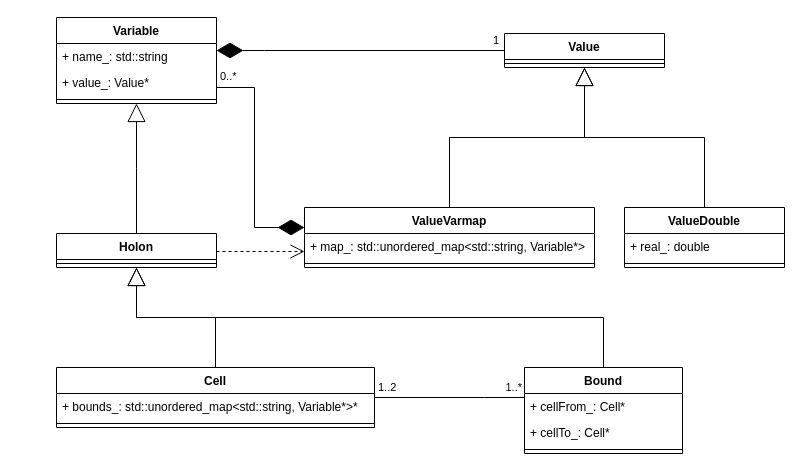
Earlier version of the draw.io diagram doc/class_diagram.drawio (robpayn/rchsm). Source tidied: cells renumbered, new cells numbered last; positions are measured from the earlier drawing's top-left corner, leaving out a move shared by most shapes. Both pictures are drawn from the tidied source at 100%, with x=0, y=0 at pixel (56, 17).
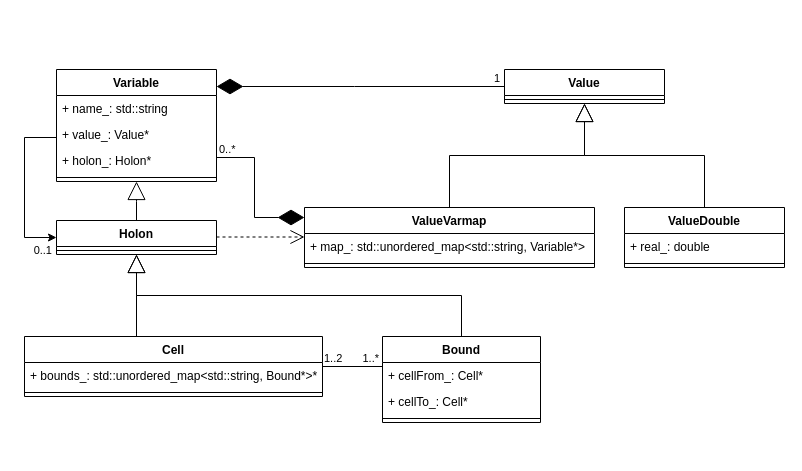
Above is the later version.

Unchanged cells that the change refers to:
```xml
<mxCell id="8" value="ValueVarmap&lt;div&gt;&lt;br&gt;&lt;/div&gt;" style="swimlane;fontStyle=1;align=center;verticalAlign=top;horizontal=1;startSize=26;whiteSpace=wrap;html=1;" parent="1" vertex="1">
  <mxGeometry x="248" y="190" width="290" height="60" as="geometry" />
</mxCell>
```

The edit, as a diff of the source:
```diff
@@
     <mxCell id="2" value="Variable" style="swimlane;fontStyle=1;align=center;verticalAlign=top;horizontal=1;startSize=26;whiteSpace=wrap;html=1;" parent="1" vertex="1">
-      <mxGeometry width="160" height="86" as="geometry" />
+      <mxGeometry y="52" width="160" height="112" as="geometry" />
     </mxCell>
@@
+    <mxCell id="36" value="+ holon_: Holon*" style="text;strokeColor=none;fillColor=none;align=left;verticalAlign=top;spacingLeft=4;spacingRight=4;overflow=hidden;whiteSpace=wrap;html=1;" parent="2" vertex="1">
+      <mxGeometry y="78" width="160" height="26" as="geometry" />
+    </mxCell>
     <mxCell id="5" style="line;strokeWidth=1;fillColor=none;align=left;verticalAlign=middle;spacingTop=-1;spacingLeft=3;spacingRight=3;labelPosition=right;strokeColor=inherit;" parent="2" vertex="1">
-      <mxGeometry y="78" width="160" height="8" as="geometry" />
+      <mxGeometry y="104" width="160" height="8" as="geometry" />
     </mxCell>
     <mxCell id="6" value="Value" style="swimlane;fontStyle=1;align=center;verticalAlign=top;horizontal=1;startSize=26;whiteSpace=wrap;html=1;" parent="1" vertex="1">
-      <mxGeometry x="448" y="16" width="160" height="34" as="geometry" />
+      <mxGeometry x="448" y="52" width="160" height="34" as="geometry" />
     </mxCell>
@@
+    <mxCell id="37" style="edgeStyle=orthogonalEdgeStyle;rounded=0;jettySize=auto;html=1;" parent="1" edge="1" source="2" target="12">
+      <mxGeometry relative="1" as="geometry">
+        <Array as="points">
+          <mxPoint x="-32" y="120" />
+          <mxPoint x="-32" y="220" />
+        </Array>
+      </mxGeometry>
+    </mxCell>
+    <mxCell id="38" value="0..1" style="edgeLabel;html=1;align=right;verticalAlign=top;spacingRight=4;" parent="37" vertex="1">
+      <mxGeometry x="0.8" y="-2" relative="1" as="geometry">
+        <mxPoint x="16" y="-2" as="offset" />
+      </mxGeometry>
+    </mxCell>
     <mxCell id="12" value="Holon" style="swimlane;fontStyle=1;align=center;verticalAlign=top;horizontal=1;startSize=26;whiteSpace=wrap;html=1;" parent="1" vertex="1">
-      <mxGeometry y="216" width="160" height="34" as="geometry" />
+      <mxGeometry y="203" width="160" height="34" as="geometry" />
     </mxCell>
@@
     <mxCell id="19" value="Cell" style="swimlane;fontStyle=1;align=center;verticalAlign=top;horizontal=1;startSize=26;whiteSpace=wrap;html=1;" parent="1" vertex="1">
-      <mxGeometry y="350" width="318" height="60" as="geometry" />
+      <mxGeometry x="-32" y="319" width="298" height="60" as="geometry" />
     </mxCell>
-    <mxCell id="20" value="+ bounds_: std::unordered_map&amp;lt;std::string, Variable*&amp;gt;*" style="text;strokeColor=none;fillColor=none;align=left;verticalAlign=top;spacingLeft=4;spacingRight=4;overflow=hidden;whiteSpace=wrap;html=1;" parent="19" vertex="1">
-      <mxGeometry y="26" width="318" height="26" as="geometry" />
+    <mxCell id="20" value="+ bounds_: std::unordered_map&amp;lt;std::string, Bound*&amp;gt;*" style="text;strokeColor=none;fillColor=none;align=left;verticalAlign=top;spacingLeft=4;spacingRight=4;overflow=hidden;whiteSpace=wrap;html=1;" parent="19" vertex="1">
+      <mxGeometry y="26" width="298" height="26" as="geometry" />
     </mxCell>
     <mxCell id="21" style="line;strokeWidth=1;fillColor=none;align=left;verticalAlign=middle;spacingTop=-1;spacingLeft=3;spacingRight=3;labelPosition=right;strokeColor=inherit;" parent="19" vertex="1">
-      <mxGeometry y="52" width="318" height="8" as="geometry" />
+      <mxGeometry y="52" width="298" height="8" as="geometry" />
     </mxCell>
-    <mxCell id="22" style="endArrow=block;endSize=16;endFill=0;html=1;rounded=0;edgeStyle=elbowEdgeStyle;elbow=vertical;" parent="1" edge="1" source="19" target="12">
+    <mxCell id="22" style="endArrow=block;endSize=16;endFill=0;html=1;rounded=0;edgeStyle=elbowEdgeStyle;elbow=horizontal;" parent="1" edge="1" source="19" target="12">
       <mxGeometry relative="1" as="geometry" />
     </mxCell>
     <mxCell id="23" value="Bound" style="swimlane;fontStyle=1;align=center;verticalAlign=top;horizontal=1;startSize=26;whiteSpace=wrap;html=1;" parent="1" vertex="1">
-      <mxGeometry x="468" y="350" width="158" height="86" as="geometry" />
+      <mxGeometry x="326" y="319" width="158" height="86" as="geometry" />
     </mxCell>
@@
     <mxCell id="28" style="endArrow=none;html=1;edgeStyle=orthogonalEdgeStyle;rounded=0;" parent="1" edge="1" source="19" target="23">
       <mxGeometry relative="1" as="geometry">
         <Array as="points">
-          <mxPoint x="428" y="380" />
-          <mxPoint x="428" y="380" />
+          <mxPoint x="258" y="349" />
+          <mxPoint x="258" y="349" />
         </Array>
       </mxGeometry>
     </mxCell>
-    <mxCell id="29" value="1..2" style="edgeLabel;html=1;align=left;verticalAlign=bottom;spacingBottom=2;spacingLeft=2;" parent="28" vertex="1">
+    <mxCell id="29" value="1..2" style="edgeLabel;html=1;align=left;verticalAlign=bottom;spacingBottom=2;spacingLeft=2;spacing=0;" parent="28" vertex="1">
       <mxGeometry x="-1" relative="1" as="geometry" />
     </mxCell>
-    <mxCell id="30" value="1..*" style="edgeLabel;html=1;align=right;verticalAlign=bottom;spacingBottom=2;spacingRight=2;" parent="28" vertex="1">
-      <mxGeometry x="1" relative="1" as="geometry" />
+    <mxCell id="30" value="1..*" style="edgeLabel;html=1;align=right;verticalAlign=bottom;spacingBottom=3;spacingRight=5;spacing=0;" parent="28" vertex="1">
+      <mxGeometry x="1" relative="1" as="geometry">
+        <mxPoint y="1" as="offset" />
+      </mxGeometry>
     </mxCell>
     <mxCell id="31" style="endArrow=diamondThin;endFill=1;endSize=24;html=1;rounded=0;edgeStyle=orthogonalEdgeStyle;" parent="1" edge="1" source="2" target="8">
       <mxGeometry relative="1" as="geometry">
         <Array as="points">
-          <mxPoint x="198" y="70" />
-          <mxPoint x="198" y="210" />
+          <mxPoint x="198" y="140" />
+          <mxPoint x="198" y="200" />
         </Array>
       </mxGeometry>
     </mxCell>
-    <mxCell id="32" value="0..*" style="edgeLabel;html=1;align=left;verticalAlign=bottom;spacingRight=0;spacingLeft=4;spacing=0;" parent="31" vertex="1">
+    <mxCell id="32" value="0..*" style="edgeLabel;html=1;align=left;verticalAlign=bottom;spacingRight=0;spacingLeft=3;spacing=0;spacingBottom=5;" parent="31" vertex="1">
       <mxGeometry x="-0.92" y="1" relative="1" as="geometry">
-        <mxPoint x="-9" y="-4" as="offset" />
+        <mxPoint x="-6" y="4" as="offset" />
       </mxGeometry>
     </mxCell>
     <mxCell id="33" style="endArrow=open;endSize=12;dashed=1;html=1;rounded=0;edgeStyle=orthogonalEdgeStyle;" parent="1" edge="1">
       <mxGeometry relative="1" as="geometry">
-        <mxPoint x="160" y="234" as="sourcePoint" />
-        <mxPoint x="248" y="234" as="targetPoint" />
+        <mxPoint x="160" y="219.5" as="sourcePoint" />
+        <mxPoint x="248" y="219.5" as="targetPoint" />
         <Array as="points">
-          <mxPoint x="188" y="234" />
-          <mxPoint x="188" y="234" />
+          <mxPoint x="188" y="219.5" />
+          <mxPoint x="188" y="219.5" />
         </Array>
       </mxGeometry>
     </mxCell>
-    <mxCell id="34" style="endArrow=diamondThin;endFill=1;endSize=24;html=1;rounded=0;edgeStyle=orthogonalEdgeStyle;" parent="1" edge="1" source="6" target="2">
+    <mxCell id="34" style="endArrow=diamondThin;endFill=1;endSize=24;html=1;rounded=0;edgeStyle=orthogonalEdgeStyle;" parent="1" edge="1">
       <mxGeometry relative="1" as="geometry">
+        <mxPoint x="448" y="69" as="sourcePoint" />
+        <mxPoint x="160" y="69" as="targetPoint" />
         <Array as="points">
-          <mxPoint x="208" y="33" />
-          <mxPoint x="208" y="33" />
+          <mxPoint x="298" y="69" />
+          <mxPoint x="298" y="69" />
         </Array>
       </mxGeometry>
     </mxCell>
-    <mxCell id="35" value="1" style="edgeLabel;html=1;align=right;verticalAlign=bottom;spacingRight=6;spacingLeft=0;spacing=0;spacingBottom=4;" parent="34" vertex="1">
+    <mxCell id="35" value="1" style="edgeLabel;html=1;align=right;verticalAlign=bottom;spacingRight=5;spacingLeft=0;spacing=0;spacingBottom=2;" parent="34" vertex="1">
       <mxGeometry x="-0.92" y="1" relative="1" as="geometry">
         <mxPoint x="11" y="-1" as="offset" />
       </mxGeometry>
     </mxCell>
```
